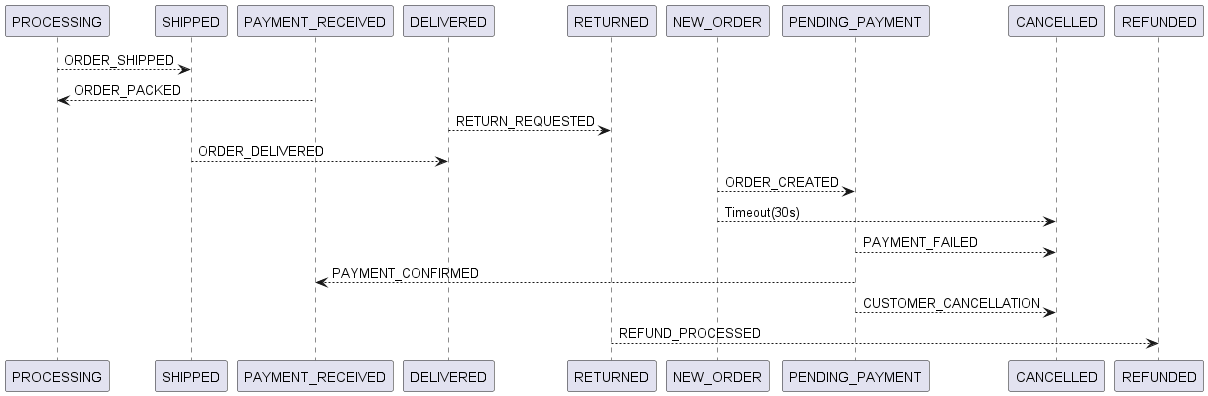
This is src/main/resources/static/state_machine_diagram.png from stefanbertos/chatgpt-statemachine, a PlantUML export, as it was before one commit. Source of this version:
```plantuml
@startuml
PROCESSING --> SHIPPED : ORDER_SHIPPED
PAYMENT_RECEIVED --> PROCESSING : ORDER_PACKED
DELIVERED --> RETURNED : RETURN_REQUESTED
SHIPPED --> DELIVERED : ORDER_DELIVERED
NEW_ORDER --> PENDING_PAYMENT : ORDER_CREATED
NEW_ORDER --> CANCELLED : Timeout(30s)
PENDING_PAYMENT --> CANCELLED : PAYMENT_FAILED
PENDING_PAYMENT --> PAYMENT_RECEIVED : PAYMENT_CONFIRMED
PENDING_PAYMENT --> CANCELLED : CUSTOMER_CANCELLATION
RETURNED --> REFUNDED : REFUND_PROCESSED
@enduml
```
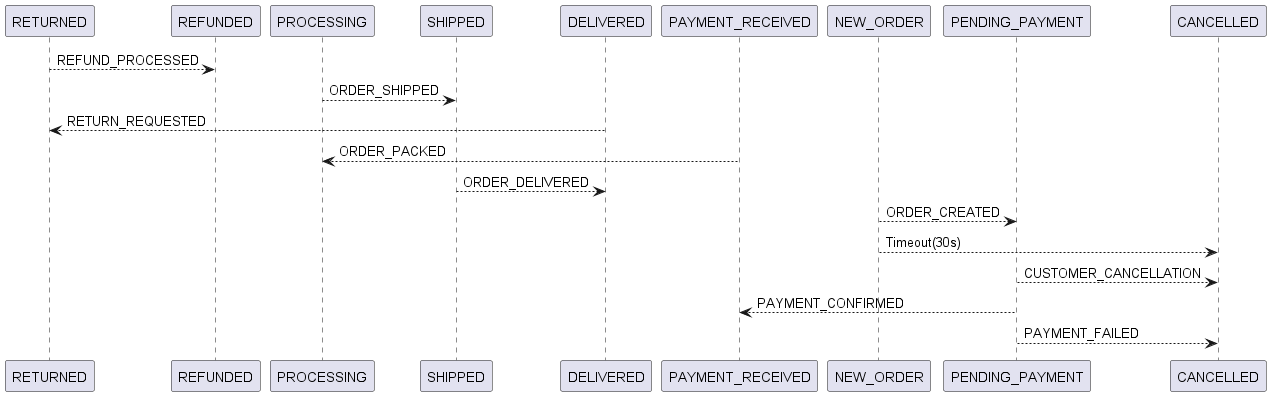
Above is the later version.

What changed in the source:
```diff
@@ -1,12 +1,12 @@
 @startuml
+RETURNED --> REFUNDED : REFUND_PROCESSED
 PROCESSING --> SHIPPED : ORDER_SHIPPED
+DELIVERED --> RETURNED : RETURN_REQUESTED
 PAYMENT_RECEIVED --> PROCESSING : ORDER_PACKED
-DELIVERED --> RETURNED : RETURN_REQUESTED
 SHIPPED --> DELIVERED : ORDER_DELIVERED
 NEW_ORDER --> PENDING_PAYMENT : ORDER_CREATED
 NEW_ORDER --> CANCELLED : Timeout(30s)
+PENDING_PAYMENT --> CANCELLED : CUSTOMER_CANCELLATION
+PENDING_PAYMENT --> PAYMENT_RECEIVED : PAYMENT_CONFIRMED
 PENDING_PAYMENT --> CANCELLED : PAYMENT_FAILED
-PENDING_PAYMENT --> PAYMENT_RECEIVED : PAYMENT_CONFIRMED
-PENDING_PAYMENT --> CANCELLED : CUSTOMER_CANCELLATION
-RETURNED --> REFUNDED : REFUND_PROCESSED
 @enduml
```
